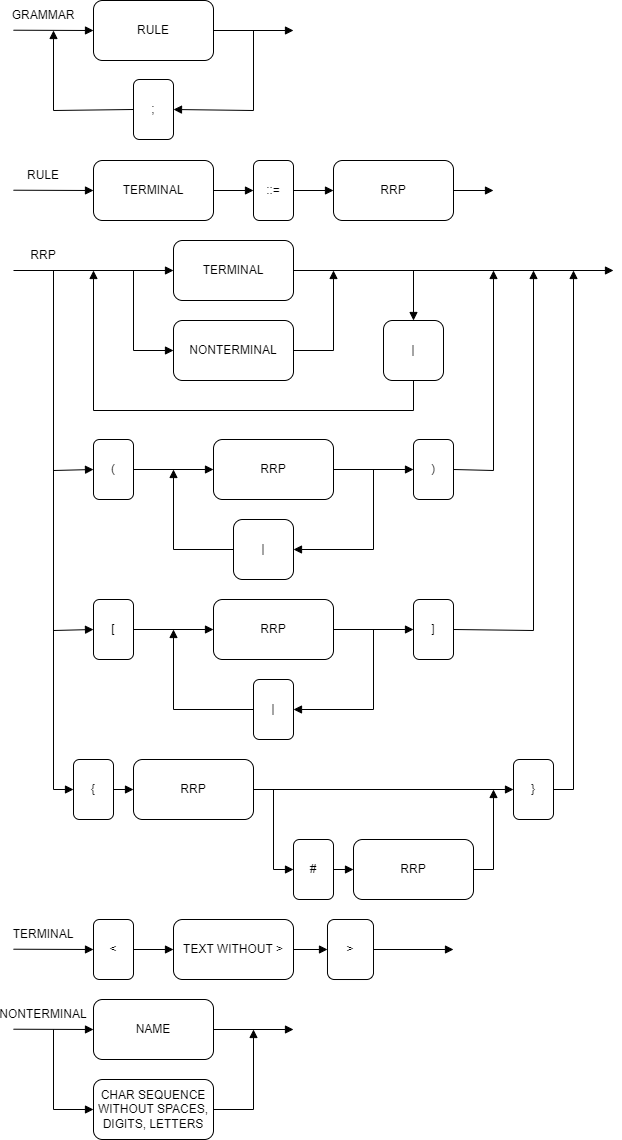
Above: docs/diagrams/grammar_description.png in aVorotnikov/dsl_generator (draw.io), before the change. Source tidied: cells renumbered, new cells last; positions are measured from the earlier drawing's top-left corner, leaving out a move shared by most shapes.
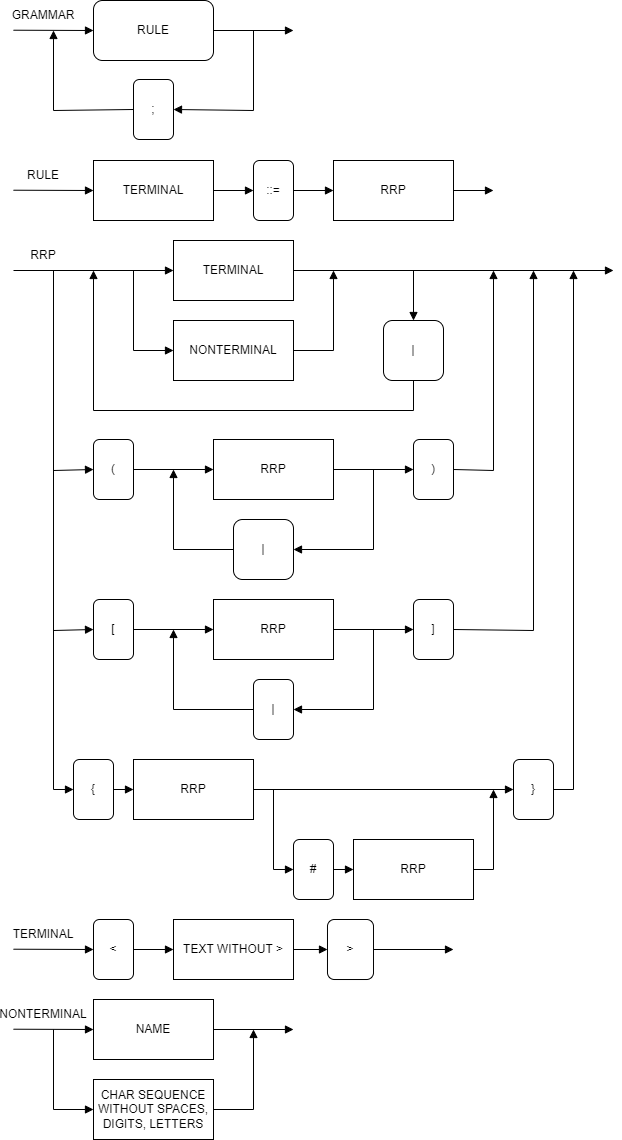
After the commit.

Commit message:
Fix grammar description diagram

Diff of the diagram source:
```diff
@@ -2,10 +2,10 @@
   <root>
     <mxCell id="0" />
     <mxCell id="1" parent="0" />
-    <mxCell id="2" value="RULE" style="rounded=1;whiteSpace=wrap;html=1;" parent="1" vertex="1">
+    <mxCell id="2" value="RULE" style="rounded=1;whiteSpace=wrap;html=1;fillColor=none;" parent="1" vertex="1">
       <mxGeometry x="80" width="120" height="60" as="geometry" />
     </mxCell>
-    <mxCell id="3" value=";" style="rounded=1;whiteSpace=wrap;html=1;" parent="1" vertex="1">
+    <mxCell id="3" value=";" style="rounded=1;whiteSpace=wrap;html=1;fillColor=none;" parent="1" vertex="1">
       <mxGeometry x="120" y="79" width="40" height="60" as="geometry" />
     </mxCell>
     <mxCell id="4" style="endArrow=block;endFill=1;html=1;rounded=0;" parent="1" edge="1">
@@ -38,7 +38,7 @@
     <mxCell id="8" value="GRAMMAR" style="text;html=1;strokeColor=none;fillColor=none;align=center;verticalAlign=middle;whiteSpace=wrap;rounded=0;" parent="1" vertex="1">
       <mxGeometry width="60" height="30" as="geometry" />
     </mxCell>
-    <mxCell id="9" value="TERMINAL" style="rounded=1;whiteSpace=wrap;html=1;" parent="1" vertex="1">
+    <mxCell id="9" value="TERMINAL" style="rounded=0;whiteSpace=wrap;html=1;fillColor=none;" parent="1" vertex="1">
       <mxGeometry x="80" y="160" width="120" height="60" as="geometry" />
     </mxCell>
     <mxCell id="10" style="endArrow=block;endFill=1;html=1;rounded=0;entryX=0;entryY=0.5;entryDx=0;entryDy=0;" parent="1" edge="1" target="9">
@@ -52,13 +52,13 @@
     <mxCell id="12" style="edgeStyle=orthogonalEdgeStyle;rounded=0;jettySize=auto;html=1;endArrow=block;endFill=1;" parent="1" edge="1" source="13" target="15">
       <mxGeometry relative="1" as="geometry" />
     </mxCell>
-    <mxCell id="13" value="::=" style="rounded=1;whiteSpace=wrap;html=1;" parent="1" vertex="1">
+    <mxCell id="13" value="::=" style="rounded=1;whiteSpace=wrap;html=1;fillColor=none;" parent="1" vertex="1">
       <mxGeometry x="240" y="160" width="40" height="60" as="geometry" />
     </mxCell>
     <mxCell id="14" style="endArrow=block;endFill=1;html=1;rounded=0;exitX=1;exitY=0.5;exitDx=0;exitDy=0;" parent="1" edge="1" source="9" target="13">
       <mxGeometry relative="1" as="geometry" />
     </mxCell>
-    <mxCell id="15" value="RRP" style="rounded=1;whiteSpace=wrap;html=1;" parent="1" vertex="1">
+    <mxCell id="15" value="RRP" style="rounded=0;whiteSpace=wrap;html=1;fillColor=none;" parent="1" vertex="1">
       <mxGeometry x="320" y="160" width="120" height="60" as="geometry" />
     </mxCell>
     <mxCell id="16" style="edgeStyle=orthogonalEdgeStyle;rounded=0;jettySize=auto;html=1;endArrow=block;endFill=1;exitX=1;exitY=0.5;exitDx=0;exitDy=0;" parent="1" edge="1" source="15">
@@ -66,7 +66,7 @@
         <mxPoint x="480" y="190" as="targetPoint" />
       </mxGeometry>
     </mxCell>
-    <mxCell id="17" value="TERMINAL" style="rounded=1;whiteSpace=wrap;html=1;" parent="1" vertex="1">
+    <mxCell id="17" value="TERMINAL" style="rounded=0;whiteSpace=wrap;html=1;fillColor=none;" parent="1" vertex="1">
       <mxGeometry x="160" y="240" width="120" height="60" as="geometry" />
     </mxCell>
     <mxCell id="18" style="endArrow=block;endFill=1;html=1;rounded=0;entryX=0;entryY=0.5;entryDx=0;entryDy=0;" parent="1" edge="1" target="17">
@@ -77,7 +77,7 @@
     <mxCell id="19" value="RRP" style="text;html=1;strokeColor=none;fillColor=none;align=center;verticalAlign=middle;whiteSpace=wrap;rounded=0;" parent="1" vertex="1">
       <mxGeometry y="240" width="60" height="30" as="geometry" />
     </mxCell>
-    <mxCell id="20" value="NONTERMINAL" style="rounded=1;whiteSpace=wrap;html=1;" parent="1" vertex="1">
+    <mxCell id="20" value="NONTERMINAL" style="rounded=0;whiteSpace=wrap;html=1;fillColor=none;" parent="1" vertex="1">
       <mxGeometry x="160" y="320" width="120" height="60" as="geometry" />
     </mxCell>
     <mxCell id="21" style="endArrow=block;endFill=1;html=1;rounded=0;entryX=0;entryY=0.5;entryDx=0;entryDy=0;" parent="1" edge="1" target="20">
@@ -101,7 +101,7 @@
         </Array>
       </mxGeometry>
     </mxCell>
-    <mxCell id="24" value="RRP" style="rounded=1;whiteSpace=wrap;html=1;" parent="1" vertex="1">
+    <mxCell id="24" value="RRP" style="rounded=0;whiteSpace=wrap;html=1;fillColor=none;" parent="1" vertex="1">
       <mxGeometry x="200" y="439" width="120" height="60" as="geometry" />
     </mxCell>
     <mxCell id="25" style="endArrow=block;endFill=1;html=1;rounded=0;exitX=1;exitY=0.5;exitDx=0;exitDy=0;" parent="1" edge="1" source="50">
@@ -120,7 +120,7 @@
         </Array>
       </mxGeometry>
     </mxCell>
-    <mxCell id="27" value="|" style="rounded=1;whiteSpace=wrap;html=1;" parent="1" vertex="1">
+    <mxCell id="27" value="|" style="rounded=1;whiteSpace=wrap;html=1;fillColor=none;" parent="1" vertex="1">
       <mxGeometry x="220" y="519" width="60" height="60" as="geometry" />
     </mxCell>
     <mxCell id="28" style="endArrow=block;endFill=1;html=1;rounded=0;exitX=0;exitY=0.5;exitDx=0;exitDy=0;" parent="1" edge="1" source="27">
@@ -139,22 +139,22 @@
         </Array>
       </mxGeometry>
     </mxCell>
-    <mxCell id="30" value="[" style="rounded=1;whiteSpace=wrap;html=1;" parent="1" vertex="1">
+    <mxCell id="30" value="[" style="rounded=1;whiteSpace=wrap;html=1;fillColor=none;" parent="1" vertex="1">
       <mxGeometry x="80" y="599" width="40" height="60" as="geometry" />
     </mxCell>
-    <mxCell id="31" value="RRP" style="rounded=1;whiteSpace=wrap;html=1;" parent="1" vertex="1">
+    <mxCell id="31" value="RRP" style="rounded=0;whiteSpace=wrap;html=1;fillColor=none;" parent="1" vertex="1">
       <mxGeometry x="200" y="599" width="120" height="60" as="geometry" />
     </mxCell>
     <mxCell id="32" style="endArrow=block;endFill=1;html=1;rounded=0;entryX=0;entryY=0.5;entryDx=0;entryDy=0;exitX=1;exitY=0.5;exitDx=0;exitDy=0;" parent="1" edge="1" source="30" target="31">
       <mxGeometry relative="1" as="geometry" />
     </mxCell>
-    <mxCell id="33" value="]" style="rounded=1;whiteSpace=wrap;html=1;" parent="1" vertex="1">
+    <mxCell id="33" value="]" style="rounded=1;whiteSpace=wrap;html=1;fillColor=none;" parent="1" vertex="1">
       <mxGeometry x="400" y="599" width="40" height="60" as="geometry" />
     </mxCell>
     <mxCell id="34" style="endArrow=block;endFill=1;html=1;rounded=0;entryX=0;entryY=0.5;entryDx=0;entryDy=0;exitX=1;exitY=0.5;exitDx=0;exitDy=0;" parent="1" edge="1" source="31" target="33">
       <mxGeometry relative="1" as="geometry" />
     </mxCell>
-    <mxCell id="35" value="|" style="rounded=1;whiteSpace=wrap;html=1;" parent="1" vertex="1">
+    <mxCell id="35" value="|" style="rounded=1;whiteSpace=wrap;html=1;fillColor=none;" parent="1" vertex="1">
       <mxGeometry x="240" y="679" width="40" height="60" as="geometry" />
     </mxCell>
     <mxCell id="36" style="endArrow=block;endFill=1;html=1;rounded=0;exitX=0;exitY=0.5;exitDx=0;exitDy=0;" parent="1" edge="1">
@@ -198,22 +198,22 @@
         </Array>
       </mxGeometry>
     </mxCell>
-    <mxCell id="41" value="{" style="rounded=1;whiteSpace=wrap;html=1;" parent="1" vertex="1">
+    <mxCell id="41" value="{" style="rounded=1;whiteSpace=wrap;html=1;fillColor=none;" parent="1" vertex="1">
       <mxGeometry x="60" y="759" width="40" height="60" as="geometry" />
     </mxCell>
-    <mxCell id="42" value="RRP" style="rounded=1;whiteSpace=wrap;html=1;" parent="1" vertex="1">
+    <mxCell id="42" value="RRP" style="rounded=0;whiteSpace=wrap;html=1;fillColor=none;" parent="1" vertex="1">
       <mxGeometry x="120" y="759" width="120" height="60" as="geometry" />
     </mxCell>
     <mxCell id="43" style="endArrow=block;endFill=1;html=1;rounded=0;entryX=0;entryY=0.5;entryDx=0;entryDy=0;exitX=1;exitY=0.5;exitDx=0;exitDy=0;" parent="1" edge="1" source="41" target="42">
       <mxGeometry relative="1" as="geometry" />
     </mxCell>
-    <mxCell id="44" value="}" style="rounded=1;whiteSpace=wrap;html=1;" parent="1" vertex="1">
+    <mxCell id="44" value="}" style="rounded=1;whiteSpace=wrap;html=1;fillColor=none;" parent="1" vertex="1">
       <mxGeometry x="500" y="759" width="40" height="60" as="geometry" />
     </mxCell>
     <mxCell id="45" style="endArrow=block;endFill=1;html=1;rounded=0;entryX=0;entryY=0.5;entryDx=0;entryDy=0;exitX=1;exitY=0.5;exitDx=0;exitDy=0;" parent="1" edge="1" source="42" target="44">
       <mxGeometry relative="1" as="geometry" />
     </mxCell>
-    <mxCell id="46" value="RRP" style="rounded=1;whiteSpace=wrap;html=1;" parent="1" vertex="1">
+    <mxCell id="46" value="RRP" style="rounded=0;whiteSpace=wrap;html=1;fillColor=none;" parent="1" vertex="1">
       <mxGeometry x="340" y="839" width="120" height="60" as="geometry" />
     </mxCell>
     <mxCell id="47" style="endArrow=block;endFill=1;html=1;rounded=0;exitX=1;exitY=0.5;exitDx=0;exitDy=0;" parent="1" edge="1" source="44">
@@ -224,13 +224,13 @@
         </Array>
       </mxGeometry>
     </mxCell>
-    <mxCell id="48" value="#" style="rounded=1;whiteSpace=wrap;html=1;" parent="1" vertex="1">
+    <mxCell id="48" value="#" style="rounded=1;whiteSpace=wrap;html=1;fillColor=none;" parent="1" vertex="1">
       <mxGeometry x="280" y="839" width="40" height="60" as="geometry" />
     </mxCell>
-    <mxCell id="49" value="(" style="rounded=1;whiteSpace=wrap;html=1;" parent="1" vertex="1">
+    <mxCell id="49" value="(" style="rounded=1;whiteSpace=wrap;html=1;fillColor=none;" parent="1" vertex="1">
       <mxGeometry x="80" y="439" width="40" height="60" as="geometry" />
     </mxCell>
-    <mxCell id="50" value=")" style="rounded=1;whiteSpace=wrap;html=1;" parent="1" vertex="1">
+    <mxCell id="50" value=")" style="rounded=1;whiteSpace=wrap;html=1;fillColor=none;" parent="1" vertex="1">
       <mxGeometry x="400" y="439" width="40" height="60" as="geometry" />
     </mxCell>
     <mxCell id="51" style="endArrow=block;endFill=1;html=1;rounded=0;entryX=0;entryY=0.5;entryDx=0;entryDy=0;exitX=1;exitY=0.5;exitDx=0;exitDy=0;" parent="1" edge="1" source="49" target="24">
@@ -258,7 +258,7 @@
         </Array>
       </mxGeometry>
     </mxCell>
-    <mxCell id="56" value="&amp;lt;" style="rounded=1;whiteSpace=wrap;html=1;" parent="1" vertex="1">
+    <mxCell id="56" value="&amp;lt;" style="rounded=1;whiteSpace=wrap;html=1;fillColor=none;" parent="1" vertex="1">
       <mxGeometry x="80" y="919" width="40" height="60" as="geometry" />
     </mxCell>
     <mxCell id="57" style="endArrow=block;endFill=1;html=1;rounded=0;entryX=0;entryY=0.5;entryDx=0;entryDy=0;" parent="1" edge="1" target="56">
@@ -272,13 +272,13 @@
     <mxCell id="59" style="edgeStyle=orthogonalEdgeStyle;rounded=0;jettySize=auto;html=1;endArrow=block;endFill=1;" parent="1" edge="1" source="60" target="62">
       <mxGeometry relative="1" as="geometry" />
     </mxCell>
-    <mxCell id="60" value="TEXT WITHOUT &amp;gt;" style="rounded=1;whiteSpace=wrap;html=1;" parent="1" vertex="1">
+    <mxCell id="60" value="TEXT WITHOUT &amp;gt;" style="rounded=0;whiteSpace=wrap;html=1;fillColor=none;" parent="1" vertex="1">
       <mxGeometry x="160" y="919" width="120" height="60" as="geometry" />
     </mxCell>
     <mxCell id="61" style="endArrow=block;endFill=1;html=1;rounded=0;exitX=1;exitY=0.5;exitDx=0;exitDy=0;" parent="1" edge="1" source="56" target="60">
       <mxGeometry relative="1" as="geometry" />
     </mxCell>
-    <mxCell id="62" value="&amp;gt;" style="rounded=1;whiteSpace=wrap;html=1;" parent="1" vertex="1">
+    <mxCell id="62" value="&amp;gt;" style="rounded=1;whiteSpace=wrap;html=1;fillColor=none;" parent="1" vertex="1">
       <mxGeometry x="314" y="919" width="46" height="60" as="geometry" />
     </mxCell>
     <mxCell id="63" style="edgeStyle=orthogonalEdgeStyle;rounded=0;jettySize=auto;html=1;endArrow=block;endFill=1;exitX=1;exitY=0.5;exitDx=0;exitDy=0;" parent="1" edge="1" source="62">
@@ -294,7 +294,7 @@
     <mxCell id="65" value="NONTERMINAL" style="text;html=1;strokeColor=none;fillColor=none;align=center;verticalAlign=middle;whiteSpace=wrap;rounded=0;" parent="1" vertex="1">
       <mxGeometry y="999" width="60" height="30" as="geometry" />
     </mxCell>
-    <mxCell id="66" value="NAME" style="rounded=1;whiteSpace=wrap;html=1;" parent="1" vertex="1">
+    <mxCell id="66" value="NAME" style="rounded=0;whiteSpace=wrap;html=1;fillColor=none;" parent="1" vertex="1">
       <mxGeometry x="80" y="999" width="120" height="60" as="geometry" />
     </mxCell>
     <mxCell id="67" style="edgeStyle=orthogonalEdgeStyle;rounded=0;jettySize=auto;html=1;endArrow=block;endFill=1;exitX=1;exitY=0.5;exitDx=0;exitDy=0;" parent="1" edge="1" source="66">
@@ -302,7 +302,7 @@
         <mxPoint x="280" y="1029" as="targetPoint" />
       </mxGeometry>
     </mxCell>
-    <mxCell id="68" value="CHAR SEQUENCE WITHOUT SPACES, DIGITS, LETTERS" style="rounded=1;whiteSpace=wrap;html=1;" parent="1" vertex="1">
+    <mxCell id="68" value="CHAR SEQUENCE WITHOUT SPACES, DIGITS, LETTERS" style="rounded=0;whiteSpace=wrap;html=1;fillColor=none;" parent="1" vertex="1">
       <mxGeometry x="80" y="1079" width="120" height="60" as="geometry" />
     </mxCell>
     <mxCell id="69" style="endArrow=block;endFill=1;html=1;rounded=0;entryX=0;entryY=0.5;entryDx=0;entryDy=0;" parent="1" edge="1" target="68">
@@ -321,7 +321,7 @@
         </Array>
       </mxGeometry>
     </mxCell>
-    <mxCell id="71" value="|" style="rounded=1;whiteSpace=wrap;html=1;" parent="1" vertex="1">
+    <mxCell id="71" value="|" style="rounded=1;whiteSpace=wrap;html=1;fillColor=none;" parent="1" vertex="1">
       <mxGeometry x="370" y="320" width="60" height="60" as="geometry" />
     </mxCell>
     <mxCell id="72" style="edgeStyle=orthogonalEdgeStyle;rounded=0;jettySize=auto;html=1;endArrow=block;endFill=1;entryX=0.5;entryY=0;entryDx=0;entryDy=0;" parent="1" edge="1" target="71">
```
